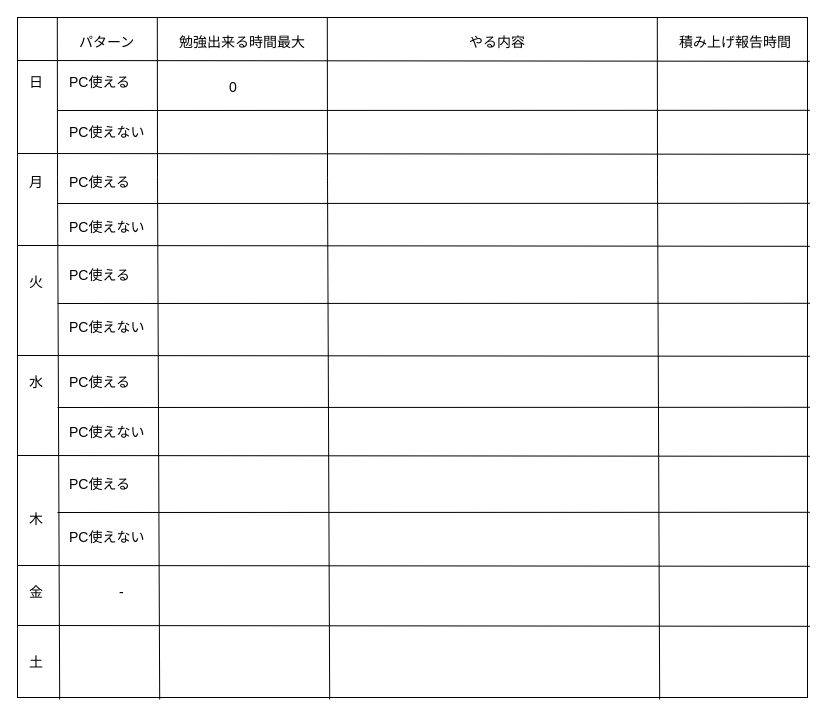
suefrontend/study-plan keeps this draw.io diagram as page "Page-1" (1 of 2) of Study Plan.drawio. Above is the earlier version. Source tidied: cells renumbered, new cells numbered last; positions are measured from the earlier drawing's top-left corner, leaving out a move shared by most shapes. Both pictures are drawn from the tidied source at 100%, with x=0, y=0 at pixel (17, 17).
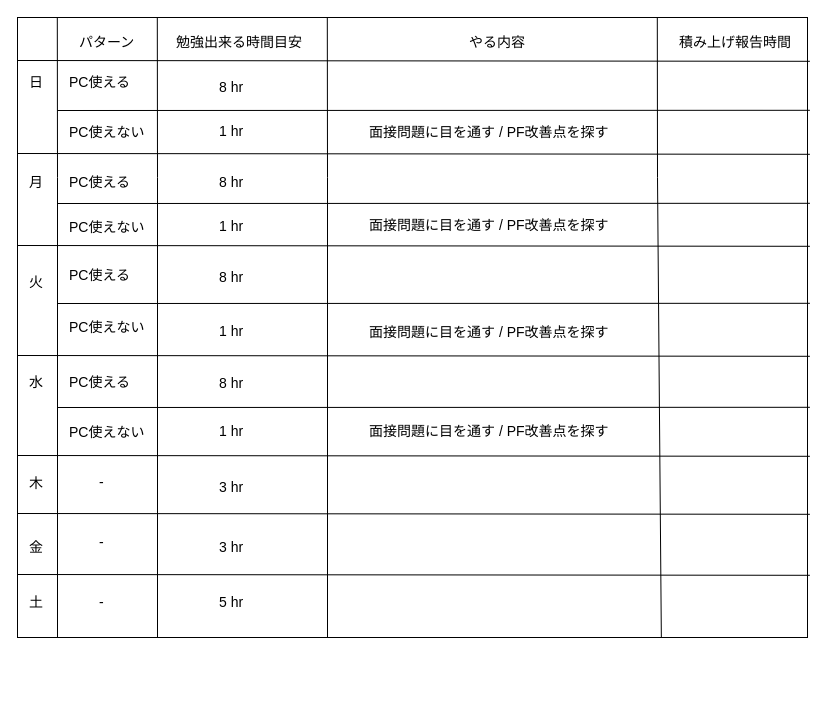
Above is the later version.

Change to the diagram source:
```diff
@@
     <mxCell id="2" style="rounded=0;whiteSpace=wrap;html=1;fontSize=14;" parent="1" vertex="1">
-      <mxGeometry width="790" height="680" as="geometry" />
+      <mxGeometry width="790" height="620" as="geometry" />
     </mxCell>
@@
     <mxCell id="11" value="木" style="text;html=1;strokeColor=none;fillColor=none;align=left;verticalAlign=middle;whiteSpace=wrap;rounded=0;fontSize=14;" parent="1" vertex="1">
-      <mxGeometry x="10" y="487" width="90" height="30" as="geometry" />
+      <mxGeometry x="10" y="451" width="90" height="30" as="geometry" />
     </mxCell>
     <mxCell id="12" value="金" style="text;html=1;strokeColor=none;fillColor=none;align=left;verticalAlign=middle;whiteSpace=wrap;rounded=0;fontSize=14;" parent="1" vertex="1">
-      <mxGeometry x="10" y="560" width="90" height="30" as="geometry" />
+      <mxGeometry x="10" y="515" width="90" height="30" as="geometry" />
     </mxCell>
     <mxCell id="13" value="-" style="text;html=1;strokeColor=none;fillColor=none;align=left;verticalAlign=middle;whiteSpace=wrap;rounded=0;fontSize=14;" parent="1" vertex="1">
-      <mxGeometry x="100" y="560" width="40" height="30" as="geometry" />
+      <mxGeometry x="80" y="510" width="40" height="30" as="geometry" />
     </mxCell>
     <mxCell id="14" value="土" style="text;html=1;strokeColor=none;fillColor=none;align=left;verticalAlign=middle;whiteSpace=wrap;rounded=0;fontSize=14;" parent="1" vertex="1">
-      <mxGeometry x="10" y="630" width="90" height="30" as="geometry" />
+      <mxGeometry x="10" y="570" width="60" height="30" as="geometry" />
     </mxCell>
-    <mxCell id="15" value="勉強出来る時間最大" style="text;html=1;strokeColor=none;fillColor=none;align=left;verticalAlign=middle;whiteSpace=wrap;rounded=0;fontSize=14;" parent="1" vertex="1">
-      <mxGeometry x="160" y="10" width="170" height="30" as="geometry" />
+    <mxCell id="15" value="勉強出来る時間目安" style="text;html=1;strokeColor=none;fillColor=none;align=left;verticalAlign=middle;whiteSpace=wrap;rounded=0;fontSize=14;" parent="1" vertex="1">
+      <mxGeometry x="157" y="10" width="170" height="30" as="geometry" />
     </mxCell>
@@
-    <mxCell id="17" style="endArrow=none;html=1;rounded=0;fontSize=14;entryX=0.077;entryY=0;entryDx=0;entryDy=0;entryPerimeter=0;exitX=0.08;exitY=1.003;exitDx=0;exitDy=0;exitPerimeter=0;" parent="1" edge="1">
+    <mxCell id="17" style="endArrow=none;html=1;rounded=0;fontSize=14;entryX=0.077;entryY=0;entryDx=0;entryDy=0;entryPerimeter=0;" parent="1" edge="1">
       <mxGeometry relative="1" as="geometry">
-        <mxPoint x="42.2" y="682" as="sourcePoint" />
+        <mxPoint x="40" y="620" as="sourcePoint" />
         <mxPoint x="39.8" as="targetPoint" />
         <Array as="points">
           <mxPoint x="40" y="160" />
         </Array>
       </mxGeometry>
     </mxCell>
     <mxCell id="18" style="endArrow=none;html=1;rounded=0;fontSize=14;entryX=1.003;entryY=0.913;entryDx=0;entryDy=0;entryPerimeter=0;" parent="1" edge="1">
       <mxGeometry relative="1" as="geometry">
-        <mxPoint y="608" as="sourcePoint" />
-        <mxPoint x="792.4" y="608.8" as="targetPoint" />
+        <mxPoint y="557" as="sourcePoint" />
+        <mxPoint x="792.4" y="557.8" as="targetPoint" />
       </mxGeometry>
     </mxCell>
     <mxCell id="19" style="endArrow=none;html=1;rounded=0;fontSize=14;entryX=1.003;entryY=0.913;entryDx=0;entryDy=0;entryPerimeter=0;" parent="1" edge="1">
       <mxGeometry relative="1" as="geometry">
-        <mxPoint y="548" as="sourcePoint" />
-        <mxPoint x="792.4" y="548.8" as="targetPoint" />
+        <mxPoint y="496" as="sourcePoint" />
+        <mxPoint x="792.4" y="496.8" as="targetPoint" />
       </mxGeometry>
     </mxCell>
@@
-    <mxCell id="21" style="endArrow=none;html=1;rounded=0;fontSize=14;entryX=1.003;entryY=0.913;entryDx=0;entryDy=0;entryPerimeter=0;" parent="1" edge="1">
-      <mxGeometry relative="1" as="geometry">
-        <mxPoint x="40" y="495" as="sourcePoint" />
-        <mxPoint x="792.4" y="494.8" as="targetPoint" />
-      </mxGeometry>
-    </mxCell>
-    <mxCell id="22" style="endArrow=none;html=1;rounded=0;fontSize=14;entryX=0.077;entryY=0;entryDx=0;entryDy=0;entryPerimeter=0;exitX=0.08;exitY=1.003;exitDx=0;exitDy=0;exitPerimeter=0;" parent="1" edge="1">
+    <mxCell id="22" style="endArrow=none;html=1;rounded=0;fontSize=14;entryX=0.077;entryY=0;entryDx=0;entryDy=0;entryPerimeter=0;" parent="1" edge="1">
       <mxGeometry relative="1" as="geometry">
-        <mxPoint x="142.2" y="682" as="sourcePoint" />
+        <mxPoint x="140" y="620" as="sourcePoint" />
         <mxPoint x="139.8" as="targetPoint" />
         <Array as="points">
           <mxPoint x="140" y="160" />
         </Array>
       </mxGeometry>
     </mxCell>
@@
-    <mxCell id="37" value="PC使える" style="text;html=1;strokeColor=none;fillColor=none;align=left;verticalAlign=middle;whiteSpace=wrap;rounded=0;fontSize=14;" parent="1" vertex="1">
-      <mxGeometry x="50" y="452" width="190" height="30" as="geometry" />
-    </mxCell>
-    <mxCell id="38" value="PC使えない" style="text;html=1;strokeColor=none;fillColor=none;align=left;verticalAlign=middle;whiteSpace=wrap;rounded=0;fontSize=14;" parent="1" vertex="1">
-      <mxGeometry x="50" y="505" width="190" height="30" as="geometry" />
-    </mxCell>
-    <mxCell id="39" value="0" style="text;html=1;strokeColor=none;fillColor=none;align=left;verticalAlign=middle;whiteSpace=wrap;rounded=0;fontSize=14;" parent="1" vertex="1">
-      <mxGeometry x="210" y="55" width="20" height="30" as="geometry" />
+    <mxCell id="39" value="8 hr" style="text;html=1;strokeColor=none;fillColor=none;align=left;verticalAlign=middle;whiteSpace=wrap;rounded=0;fontSize=14;" parent="1" vertex="1">
+      <mxGeometry x="200" y="55" width="40" height="30" as="geometry" />
     </mxCell>
-    <mxCell id="40" style="endArrow=none;html=1;rounded=0;fontSize=14;entryX=0.077;entryY=0;entryDx=0;entryDy=0;entryPerimeter=0;exitX=0.08;exitY=1.003;exitDx=0;exitDy=0;exitPerimeter=0;" parent="1" edge="1">
+    <mxCell id="40" style="endArrow=none;html=1;rounded=0;fontSize=14;entryX=0.077;entryY=0;entryDx=0;entryDy=0;entryPerimeter=0;" parent="1" edge="1">
       <mxGeometry relative="1" as="geometry">
-        <mxPoint x="312.2" y="682" as="sourcePoint" />
+        <mxPoint x="310" y="620" as="sourcePoint" />
         <mxPoint x="309.8" as="targetPoint" />
         <Array as="points">
           <mxPoint x="310" y="160" />
         </Array>
       </mxGeometry>
     </mxCell>
-    <mxCell id="41" style="endArrow=none;html=1;rounded=0;fontSize=14;entryX=0.077;entryY=0;entryDx=0;entryDy=0;entryPerimeter=0;exitX=0.08;exitY=1.003;exitDx=0;exitDy=0;exitPerimeter=0;" parent="1" edge="1">
+    <mxCell id="41" style="endArrow=none;html=1;rounded=0;fontSize=14;entryX=0.077;entryY=0;entryDx=0;entryDy=0;entryPerimeter=0;exitX=0.815;exitY=1;exitDx=0;exitDy=0;exitPerimeter=0;" parent="1" edge="1" source="2">
       <mxGeometry relative="1" as="geometry">
-        <mxPoint x="642.2" y="682" as="sourcePoint" />
         <mxPoint x="639.8" as="targetPoint" />
         <Array as="points">
           <mxPoint x="640" y="160" />
         </Array>
       </mxGeometry>
     </mxCell>
+    <mxCell id="42" value="-" style="text;html=1;strokeColor=none;fillColor=none;align=left;verticalAlign=middle;whiteSpace=wrap;rounded=0;fontSize=14;" parent="1" vertex="1">
+      <mxGeometry x="80" y="570" width="40" height="30" as="geometry" />
+    </mxCell>
+    <mxCell id="43" value="1 hr" style="text;html=1;strokeColor=none;fillColor=none;align=left;verticalAlign=middle;whiteSpace=wrap;rounded=0;fontSize=14;" parent="1" vertex="1">
+      <mxGeometry x="200" y="99" width="63" height="30" as="geometry" />
+    </mxCell>
+    <mxCell id="44" value="面接問題に目を通す / PF改善点を探す" style="text;html=1;strokeColor=none;fillColor=none;align=left;verticalAlign=middle;whiteSpace=wrap;rounded=0;fontSize=14;" parent="1" vertex="1">
+      <mxGeometry x="350" y="100" width="290" height="30" as="geometry" />
+    </mxCell>
+    <mxCell id="45" value="3 hr" style="text;html=1;strokeColor=none;fillColor=none;align=left;verticalAlign=middle;whiteSpace=wrap;rounded=0;fontSize=14;" parent="1" vertex="1">
+      <mxGeometry x="200" y="515" width="40" height="30" as="geometry" />
+    </mxCell>
+    <mxCell id="46" value="5 hr" style="text;html=1;strokeColor=none;fillColor=none;align=left;verticalAlign=middle;whiteSpace=wrap;rounded=0;fontSize=14;" parent="1" vertex="1">
+      <mxGeometry x="200" y="570" width="40" height="30" as="geometry" />
+    </mxCell>
+    <mxCell id="47" value="-" style="text;html=1;strokeColor=none;fillColor=none;align=left;verticalAlign=middle;whiteSpace=wrap;rounded=0;fontSize=14;" parent="1" vertex="1">
+      <mxGeometry x="80" y="450" width="40" height="30" as="geometry" />
+    </mxCell>
+    <mxCell id="48" value="3 hr" style="text;html=1;strokeColor=none;fillColor=none;align=left;verticalAlign=middle;whiteSpace=wrap;rounded=0;fontSize=14;" parent="1" vertex="1">
+      <mxGeometry x="200" y="455" width="40" height="30" as="geometry" />
+    </mxCell>
+    <mxCell id="49" value="8 hr" style="text;html=1;strokeColor=none;fillColor=none;align=left;verticalAlign=middle;whiteSpace=wrap;rounded=0;fontSize=14;" parent="1" vertex="1">
+      <mxGeometry x="200" y="351" width="50" height="30" as="geometry" />
+    </mxCell>
+    <mxCell id="50" value="8 hr" style="text;html=1;strokeColor=none;fillColor=none;align=left;verticalAlign=middle;whiteSpace=wrap;rounded=0;fontSize=14;" parent="1" vertex="1">
+      <mxGeometry x="200" y="245" width="40" height="30" as="geometry" />
+    </mxCell>
+    <mxCell id="51" value="8 hr" style="text;html=1;strokeColor=none;fillColor=none;align=left;verticalAlign=middle;whiteSpace=wrap;rounded=0;fontSize=14;" parent="1" vertex="1">
+      <mxGeometry x="200" y="150" width="70" height="30" as="geometry" />
+    </mxCell>
+    <mxCell id="52" value="面接問題に目を通す / PF改善点を探す" style="text;html=1;strokeColor=none;fillColor=none;align=left;verticalAlign=middle;whiteSpace=wrap;rounded=0;fontSize=14;" parent="1" vertex="1">
+      <mxGeometry x="350" y="193" width="290" height="30" as="geometry" />
+    </mxCell>
+    <mxCell id="53" value="面接問題に目を通す / PF改善点を探す" style="text;html=1;strokeColor=none;fillColor=none;align=left;verticalAlign=middle;whiteSpace=wrap;rounded=0;fontSize=14;" parent="1" vertex="1">
+      <mxGeometry x="350" y="399" width="290" height="30" as="geometry" />
+    </mxCell>
+    <mxCell id="54" value="面接問題に目を通す / PF改善点を探す" style="text;html=1;strokeColor=none;fillColor=none;align=left;verticalAlign=middle;whiteSpace=wrap;rounded=0;fontSize=14;" parent="1" vertex="1">
+      <mxGeometry x="350" y="300" width="290" height="30" as="geometry" />
+    </mxCell>
+    <mxCell id="55" value="1 hr" style="text;html=1;strokeColor=none;fillColor=none;align=left;verticalAlign=middle;whiteSpace=wrap;rounded=0;fontSize=14;" parent="1" vertex="1">
+      <mxGeometry x="200" y="194" width="63" height="30" as="geometry" />
+    </mxCell>
+    <mxCell id="56" value="1 hr" style="text;html=1;strokeColor=none;fillColor=none;align=left;verticalAlign=middle;whiteSpace=wrap;rounded=0;fontSize=14;" parent="1" vertex="1">
+      <mxGeometry x="200" y="299" width="63" height="30" as="geometry" />
+    </mxCell>
+    <mxCell id="57" value="1 hr" style="text;html=1;strokeColor=none;fillColor=none;align=left;verticalAlign=middle;whiteSpace=wrap;rounded=0;fontSize=14;" parent="1" vertex="1">
+      <mxGeometry x="200" y="399" width="63" height="30" as="geometry" />
+    </mxCell>
```
